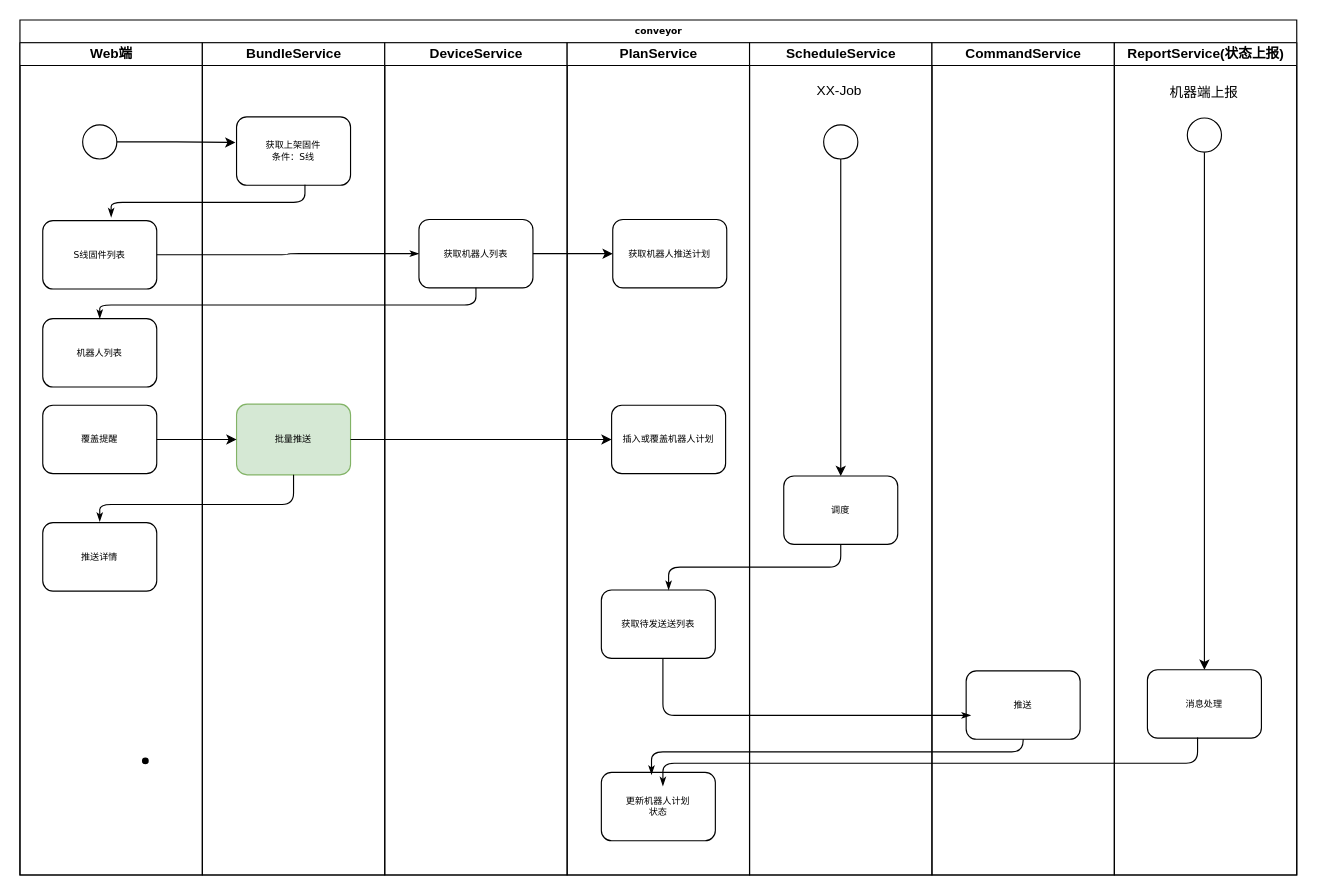
The draw.io diagram craft/ota_plan_mgr.drawio in feihu618/drawio, before the edit. Source tidied: cells renumbered, new cells numbered last; positions are measured from the earlier drawing's top-left corner, leaving out a move shared by most shapes. Both pictures are drawn from the tidied source at 114%, with x=0, y=0 at pixel (19, 19).
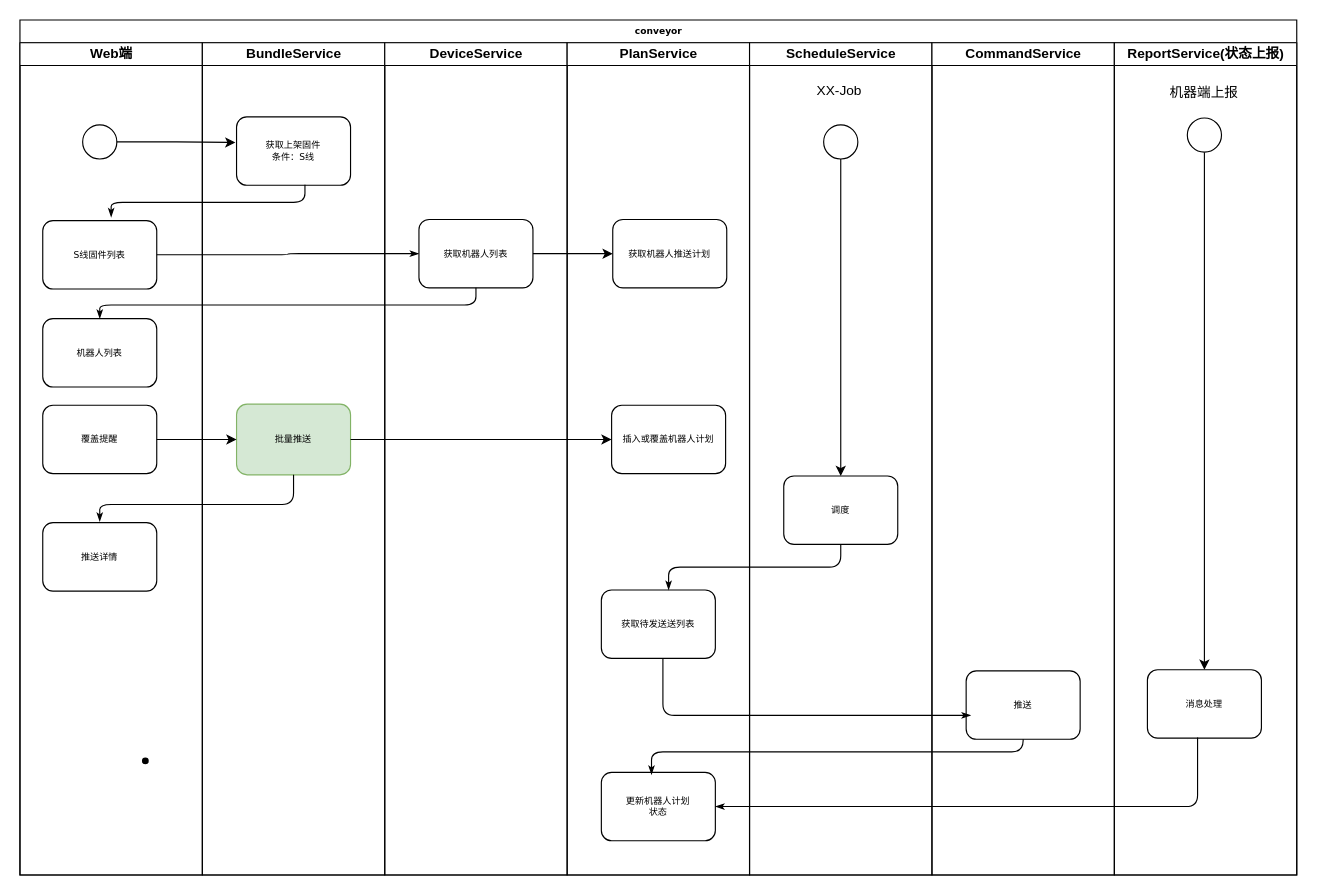
The same diagram, later.

Unchanged cells that the change refers to:
```xml
<mxCell id="20" value="更新机器人计划&lt;br&gt;状态" style="rounded=1;whiteSpace=wrap;html=1;shadow=0;labelBackgroundColor=none;strokeWidth=1;fontFamily=Verdana;fontSize=8;align=center;" parent="16" vertex="1">
  <mxGeometry x="30" y="640" width="100" height="60" as="geometry" />
</mxCell>
<mxCell id="39" value="消息处理" style="rounded=1;whiteSpace=wrap;html=1;shadow=0;labelBackgroundColor=none;strokeWidth=1;fontFamily=Verdana;fontSize=8;align=center;" parent="38" vertex="1">
  <mxGeometry x="29" y="550" width="100" height="60" as="geometry" />
</mxCell>
```

Diff of the diagram source:
```diff
@@
-    <mxCell id="43" style="edgeStyle=orthogonalEdgeStyle;rounded=1;html=1;labelBackgroundColor=none;startArrow=none;startFill=0;startSize=5;endArrow=classicThin;endFill=1;endSize=5;jettySize=auto;strokeWidth=1;fontFamily=Verdana;fontSize=8;exitX=0.44;exitY=0.992;exitDx=0;exitDy=0;exitPerimeter=0;" parent="1" edge="1" source="39">
+    <mxCell id="43" style="edgeStyle=orthogonalEdgeStyle;rounded=1;html=1;labelBackgroundColor=none;startArrow=none;startFill=0;startSize=5;endArrow=classicThin;endFill=1;endSize=5;jettySize=auto;strokeWidth=1;fontFamily=Verdana;fontSize=8;exitX=0.44;exitY=0.992;exitDx=0;exitDy=0;exitPerimeter=0;entryX=1;entryY=0.5;entryDx=0;entryDy=0;" parent="1" edge="1" source="39" target="20">
       <mxGeometry relative="1" as="geometry">
-        <mxPoint x="564" y="672" as="targetPoint" />
         <Array as="points">
-          <mxPoint x="1033" y="652" />
-          <mxPoint x="564" y="652" />
+          <mxPoint x="1033" y="690" />
         </Array>
       </mxGeometry>
     </mxCell>
```
